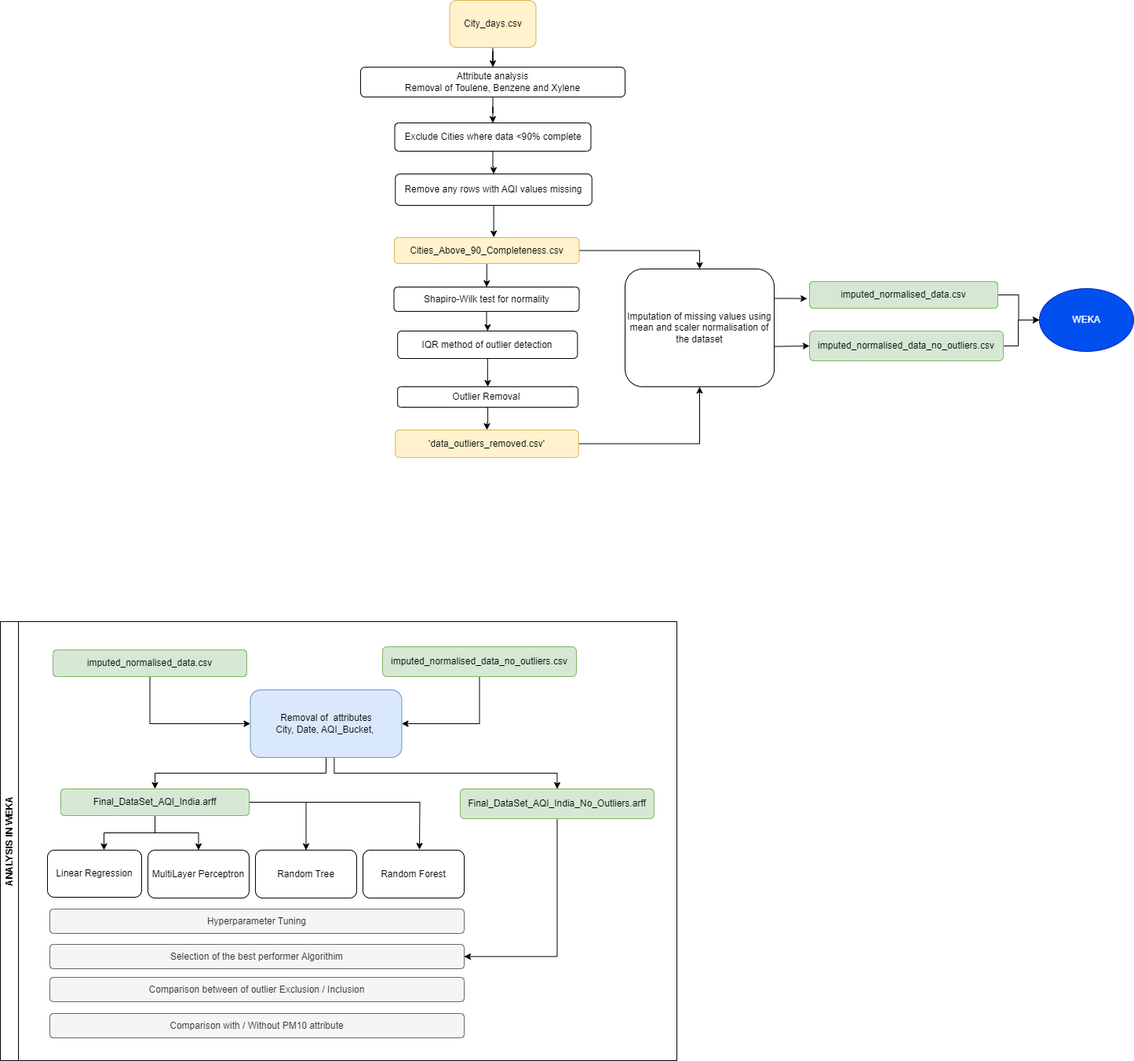
This is Pre-processing_detail.drawio.png from spacetrace1982/AirQualityIndex_India, a draw.io export, as it was before one commit. Source tidied: cells renumbered, new cells last; positions are measured from the earlier drawing's top-left corner, leaving out a move shared by most shapes.
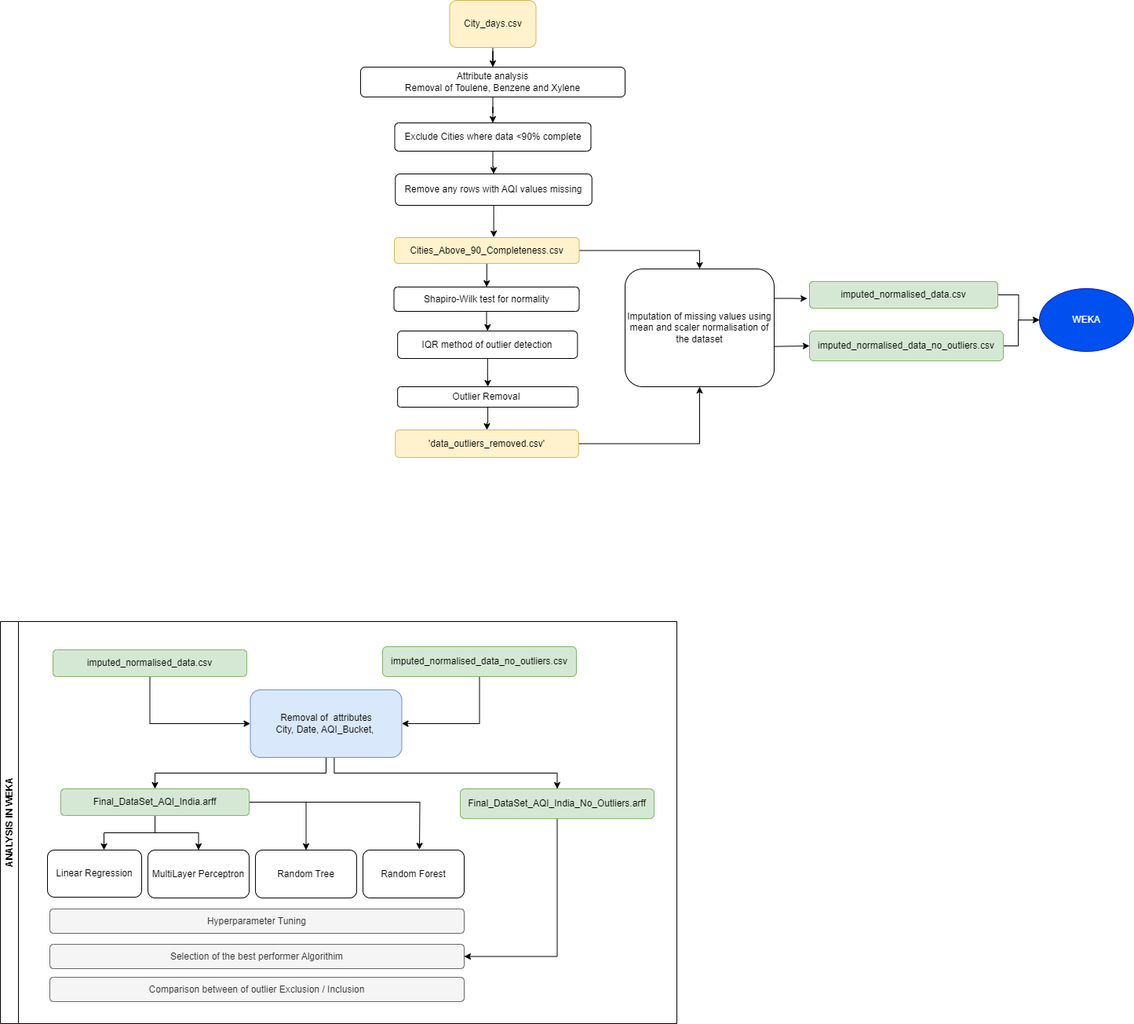
The same file after the commit.

Change to the diagram source:
```diff
@@ -141,14 +141,11 @@
     <mxCell id="45" value="Comparison between of outlier Exclusion / Inclusion" style="rounded=1;whiteSpace=wrap;html=1;fillColor=#f5f5f5;fontColor=#333333;strokeColor=#666666;" parent="1" vertex="1">
       <mxGeometry x="63" y="1244" width="528" height="31" as="geometry" />
     </mxCell>
-    <mxCell id="46" value="Comparison with / Without PM10 attribute" style="rounded=1;whiteSpace=wrap;html=1;fillColor=#f5f5f5;fontColor=#333333;strokeColor=#666666;" parent="1" vertex="1">
-      <mxGeometry x="63" y="1290" width="528" height="31" as="geometry" />
-    </mxCell>
     <mxCell id="47" style="edgeStyle=orthogonalEdgeStyle;rounded=0;jettySize=auto;html=1;entryX=0.6;entryY=0;entryDx=0;entryDy=0;entryPerimeter=0;" parent="1" edge="1" source="50" target="39">
       <mxGeometry relative="1" as="geometry" />
     </mxCell>
     <mxCell id="48" value="ANALYSIS IN WEKA" style="swimlane;horizontal=0;whiteSpace=wrap;html=1;" parent="1" vertex="1">
-      <mxGeometry y="791" width="862" height="559" as="geometry" />
+      <mxGeometry y="791" width="862" height="512" as="geometry" />
     </mxCell>
     <mxCell id="49" value="Final_DataSet_AQI_India_No_Outliers.arff" style="rounded=1;whiteSpace=wrap;html=1;fillColor=#d5e8d4;strokeColor=#82b366;" parent="48" vertex="1">
       <mxGeometry x="586" y="213" width="247" height="38" as="geometry" />
```
